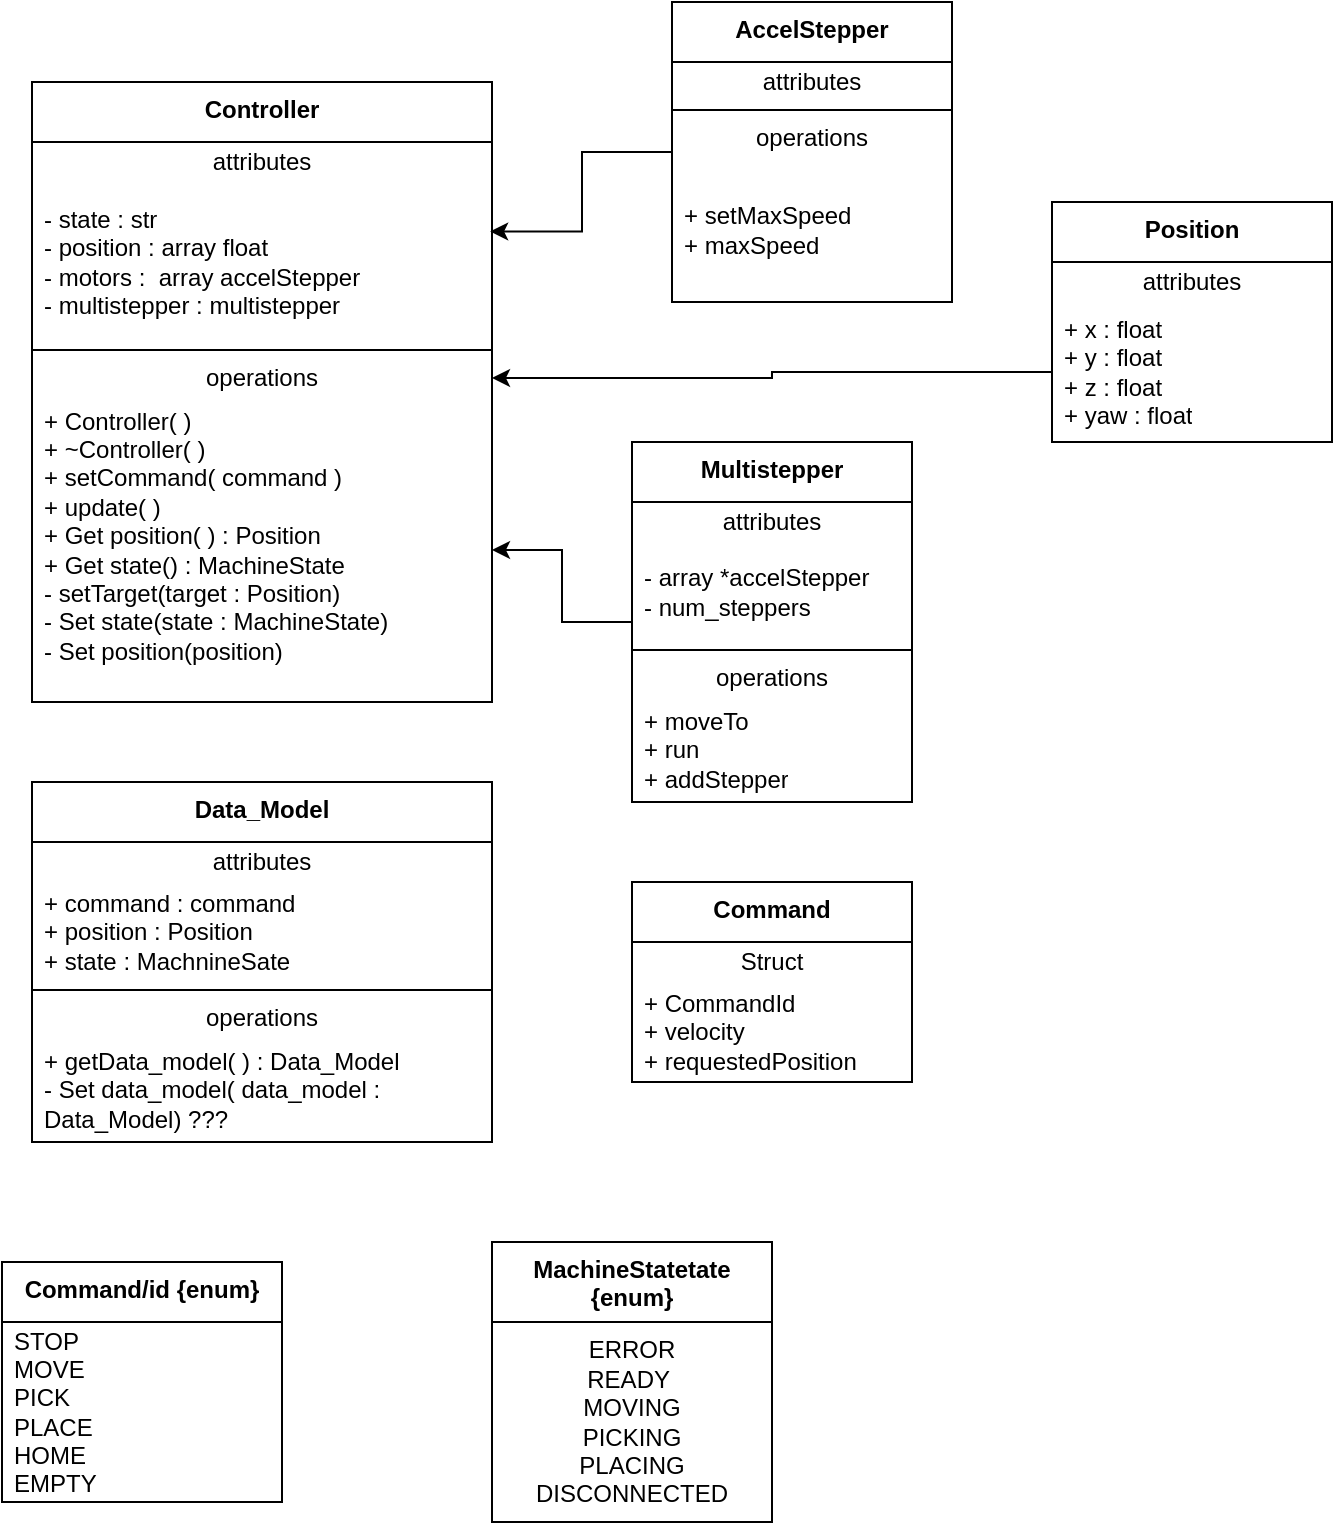
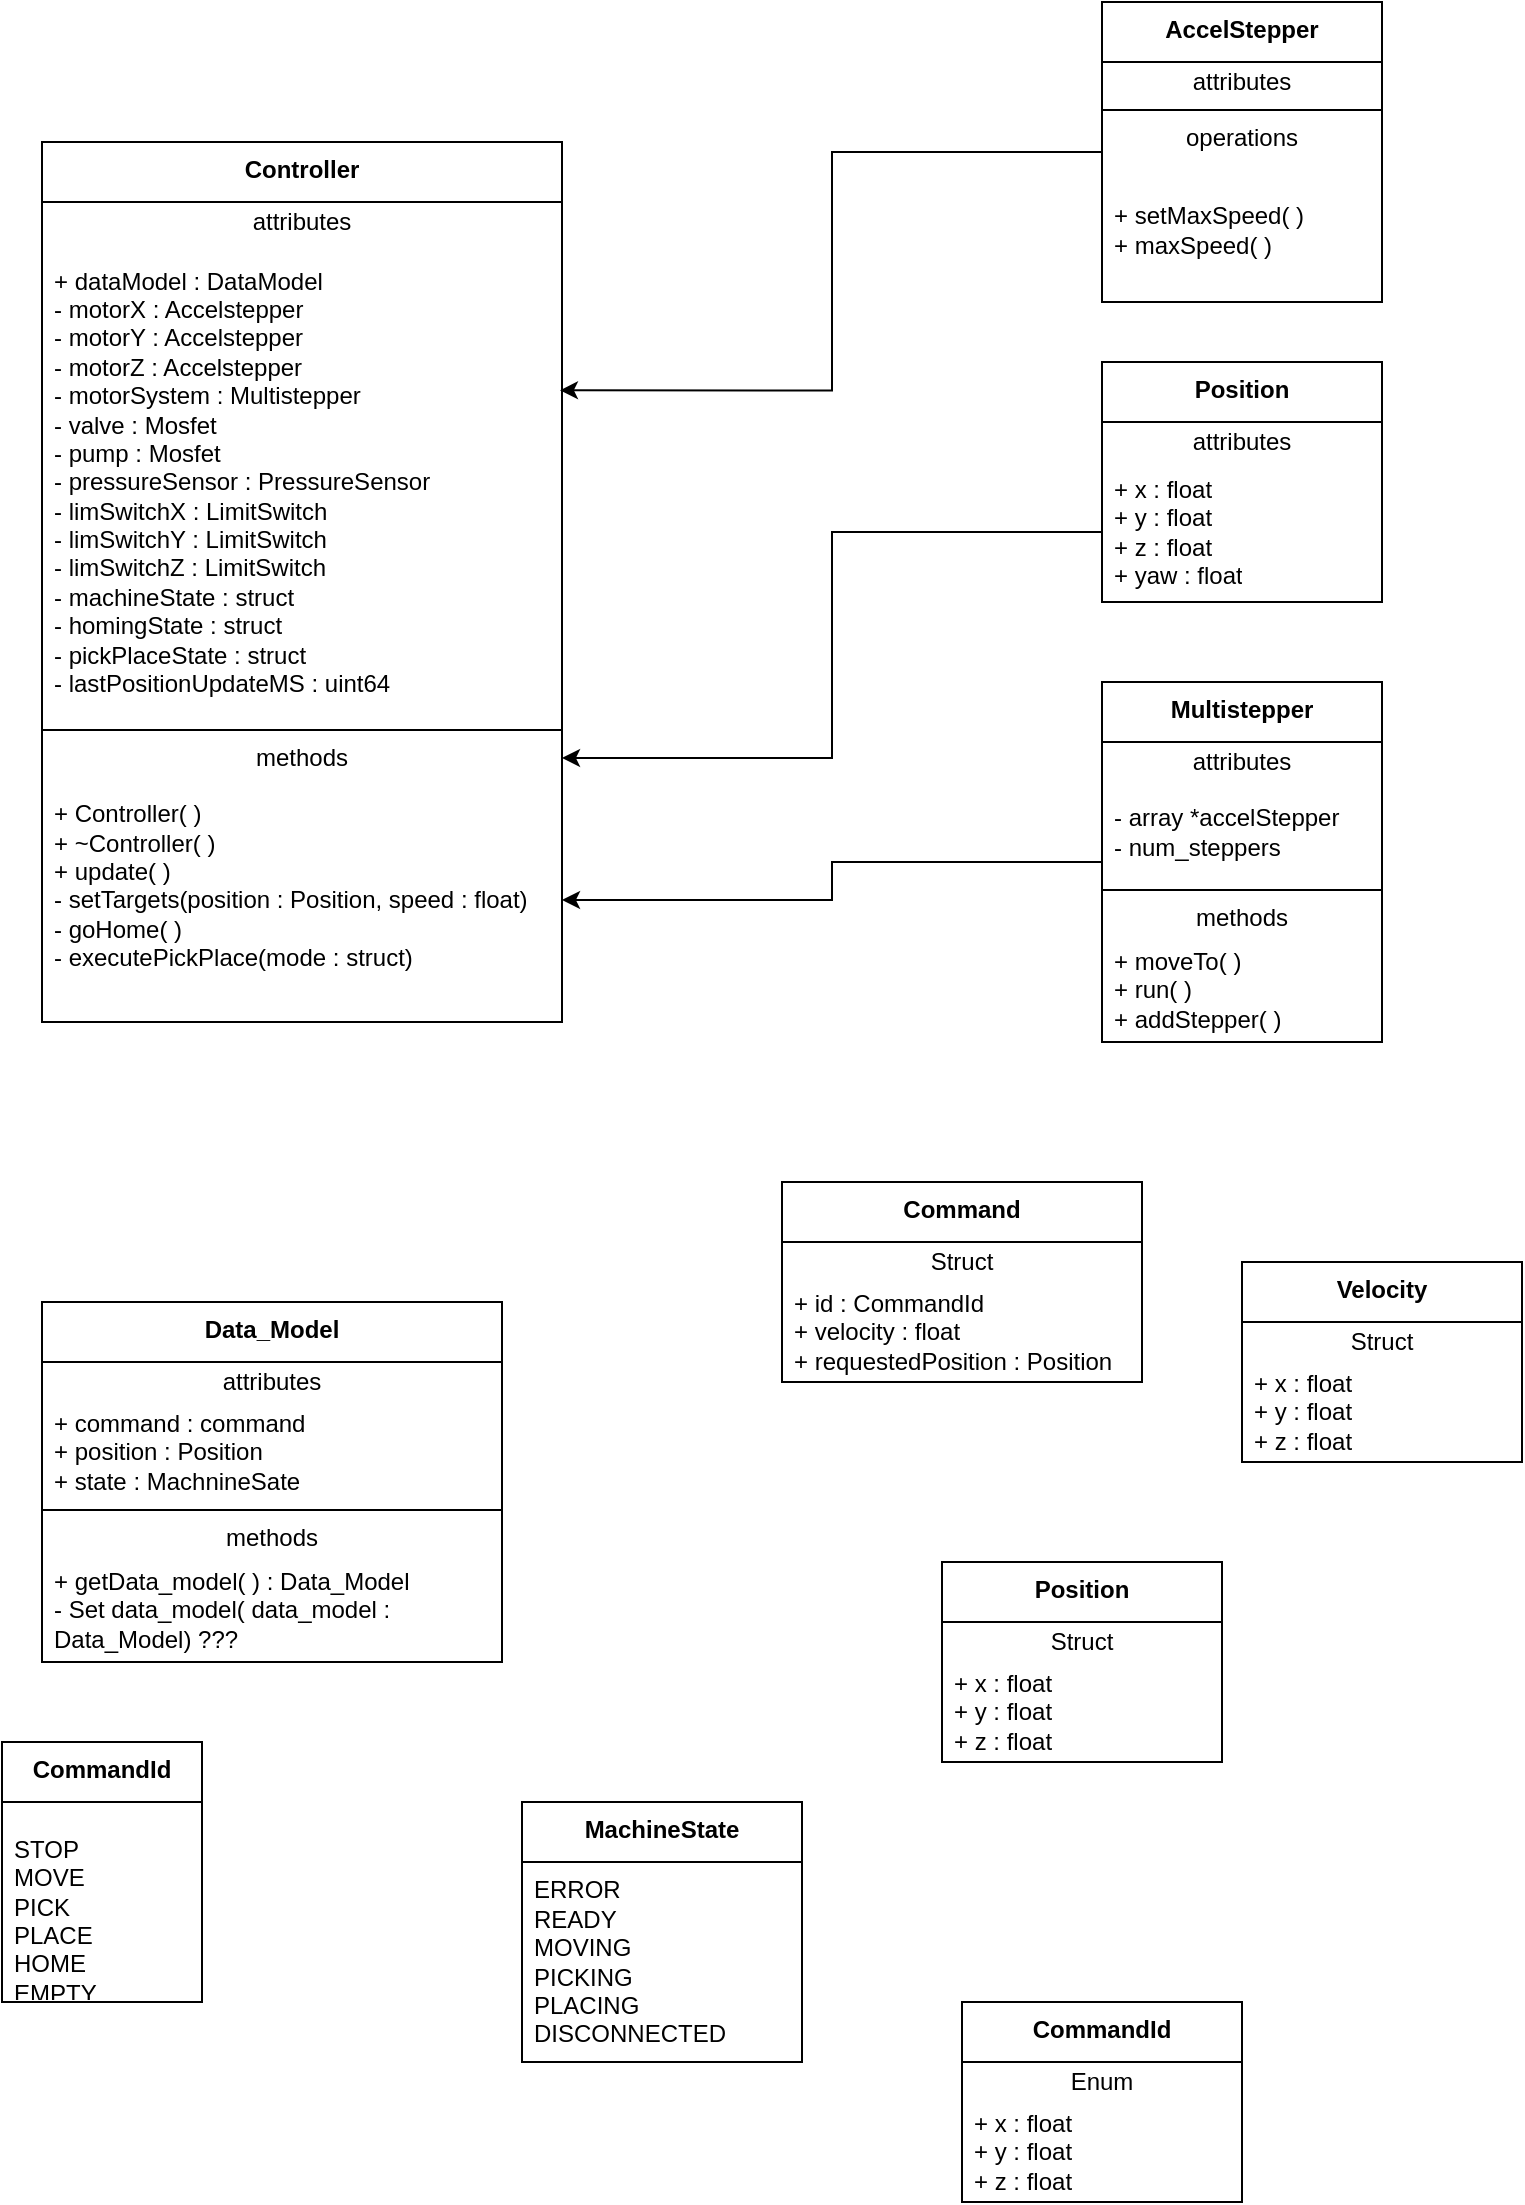
- <mxfile host="app.diagrams.net" agent="Mozilla/5.0 (Windows NT 10.0; Win64; x64) AppleWebKit/537.36 (KHTML, like Gecko) Chrome/144.0.0.0 Safari/537.36" version="29.3.6">
+ <mxfile host="app.diagrams.net" agent="Mozilla/5.0 (Windows NT 10.0; Win64; x64) AppleWebKit/537.36 (KHTML, like Gecko) Chrome/146.0.0.0 Safari/537.36" version="29.6.6">
  <diagram name="Page-1" id="gQlaRXHYKcvNNHivvVc0">
-     <mxGraphModel dx="1281" dy="561" grid="1" gridSize="10" guides="1" tooltips="1" connect="1" arrows="1" fold="1" page="1" pageScale="1" pageWidth="827" pageHeight="1169" math="0" shadow="0">
+     <mxGraphModel dx="2084" dy="2291" grid="1" gridSize="10" guides="1" tooltips="1" connect="1" arrows="1" fold="1" page="1" pageScale="1" pageWidth="827" pageHeight="1169" math="0" shadow="0">
      <root>
        <mxCell id="0" />
        <mxCell id="1" parent="0" />
        <mxCell id="CBmrAtg6k_LllZFYf5vE-42" parent="1" style="swimlane;fontStyle=0;align=center;verticalAlign=top;childLayout=stackLayout;horizontal=1;startSize=30;horizontalStack=0;resizeParent=1;resizeParentMax=0;resizeLast=0;collapsible=0;marginBottom=0;html=1;whiteSpace=wrap;" value="&lt;b&gt;Controller&lt;/b&gt;" vertex="1">
-           <mxGeometry height="310" width="230" x="60" y="40" as="geometry" />
+           <mxGeometry height="440" width="260" x="60" y="40" as="geometry" />
        </mxCell>
        <mxCell id="CBmrAtg6k_LllZFYf5vE-43" parent="CBmrAtg6k_LllZFYf5vE-42" style="text;html=1;strokeColor=none;fillColor=none;align=center;verticalAlign=middle;spacingLeft=4;spacingRight=4;overflow=hidden;rotatable=0;points=[[0,0.5],[1,0.5]];portConstraint=eastwest;whiteSpace=wrap;" value="attributes" vertex="1">
-           <mxGeometry height="20" width="230" y="30" as="geometry" />
+           <mxGeometry height="20" width="260" y="30" as="geometry" />
        </mxCell>
-         <mxCell id="CBmrAtg6k_LllZFYf5vE-44" parent="CBmrAtg6k_LllZFYf5vE-42" style="text;html=1;strokeColor=none;fillColor=none;align=left;verticalAlign=middle;spacingLeft=4;spacingRight=4;overflow=hidden;rotatable=0;points=[[0,0.5],[1,0.5]];portConstraint=eastwest;whiteSpace=wrap;" value="- state : str&lt;div&gt;- position : array float&lt;/div&gt;&lt;div&gt;- motors :&amp;nbsp;&lt;span style=&quot;background-color: transparent; color: light-dark(rgb(0, 0, 0), rgb(255, 255, 255));&quot;&gt;&amp;nbsp;&lt;/span&gt;&lt;span style=&quot;background-color: transparent; color: light-dark(rgb(0, 0, 0), rgb(255, 255, 255));&quot;&gt;array&lt;/span&gt;&lt;span style=&quot;background-color: transparent; color: light-dark(rgb(0, 0, 0), rgb(255, 255, 255));&quot;&gt;&amp;nbsp;accelStepper&lt;/span&gt;&lt;/div&gt;&lt;div&gt;- multistepper : multistepper&lt;/div&gt;" vertex="1">
-           <mxGeometry height="80" width="230" y="50" as="geometry" />
+         <mxCell id="CBmrAtg6k_LllZFYf5vE-44" parent="CBmrAtg6k_LllZFYf5vE-42" style="text;html=1;strokeColor=none;fillColor=none;align=left;verticalAlign=middle;spacingLeft=4;spacingRight=4;overflow=hidden;rotatable=0;points=[[0,0.5],[1,0.5]];portConstraint=eastwest;whiteSpace=wrap;" value="&lt;div&gt;+ dataModel : DataModel&lt;/div&gt;&lt;div&gt;- motorX : A&lt;span style=&quot;background-color: transparent; color: light-dark(rgb(0, 0, 0), rgb(255, 255, 255));&quot;&gt;ccelstepper&lt;/span&gt;&lt;/div&gt;&lt;div&gt;- motorY : A&lt;span style=&quot;color: light-dark(rgb(0, 0, 0), rgb(255, 255, 255)); background-color: transparent;&quot;&gt;ccelstepper&lt;/span&gt;&lt;span style=&quot;background-color: transparent; color: light-dark(rgb(0, 0, 0), rgb(255, 255, 255));&quot;&gt;&lt;/span&gt;&lt;/div&gt;&lt;div&gt;- motorZ : A&lt;span style=&quot;color: light-dark(rgb(0, 0, 0), rgb(255, 255, 255)); background-color: transparent;&quot;&gt;ccelstepper&lt;/span&gt;&lt;span style=&quot;color: light-dark(rgb(0, 0, 0), rgb(255, 255, 255)); background-color: transparent;&quot;&gt;&lt;/span&gt;&lt;/div&gt;&lt;div&gt;- motorSystem : Multistepper&lt;/div&gt;&lt;div&gt;- valve : Mosfet&lt;/div&gt;&lt;div&gt;- pump : Mosfet&lt;/div&gt;&lt;div&gt;- pressureSensor : PressureSensor&lt;/div&gt;&lt;div&gt;- limSwitchX : LimitSwitch&lt;/div&gt;&lt;div&gt;- limSwitchY : LimitSwitch&lt;/div&gt;&lt;div&gt;- limSwitchZ : LimitSwitch&lt;/div&gt;&lt;div&gt;- machineState : struct&lt;/div&gt;&lt;div&gt;- homingState : struct&lt;/div&gt;&lt;div&gt;- pickPlaceState : struct&lt;/div&gt;&lt;div&gt;- lastPositionUpdateMS : uint64&lt;/div&gt;" vertex="1">
+           <mxGeometry height="240" width="260" y="50" as="geometry" />
        </mxCell>
        <mxCell id="CBmrAtg6k_LllZFYf5vE-47" parent="CBmrAtg6k_LllZFYf5vE-42" style="line;strokeWidth=1;fillColor=none;align=left;verticalAlign=middle;spacingTop=-1;spacingLeft=3;spacingRight=3;rotatable=0;labelPosition=right;points=[];portConstraint=eastwest;" value="" vertex="1">
-           <mxGeometry height="8" width="230" y="130" as="geometry" />
+           <mxGeometry height="8" width="260" y="290" as="geometry" />
        </mxCell>
-         <mxCell id="CBmrAtg6k_LllZFYf5vE-48" parent="CBmrAtg6k_LllZFYf5vE-42" style="text;html=1;strokeColor=none;fillColor=none;align=center;verticalAlign=middle;spacingLeft=4;spacingRight=4;overflow=hidden;rotatable=0;points=[[0,0.5],[1,0.5]];portConstraint=eastwest;whiteSpace=wrap;" value="operations" vertex="1">
-           <mxGeometry height="20" width="230" y="138" as="geometry" />
+         <mxCell id="CBmrAtg6k_LllZFYf5vE-48" parent="CBmrAtg6k_LllZFYf5vE-42" style="text;html=1;strokeColor=none;fillColor=none;align=center;verticalAlign=middle;spacingLeft=4;spacingRight=4;overflow=hidden;rotatable=0;points=[[0,0.5],[1,0.5]];portConstraint=eastwest;whiteSpace=wrap;" value="methods" vertex="1">
+           <mxGeometry height="20" width="260" y="298" as="geometry" />
        </mxCell>
-         <mxCell id="CBmrAtg6k_LllZFYf5vE-49" parent="CBmrAtg6k_LllZFYf5vE-42" style="text;html=1;strokeColor=none;fillColor=none;align=left;verticalAlign=middle;spacingLeft=4;spacingRight=4;overflow=hidden;rotatable=0;points=[[0,0.5],[1,0.5]];portConstraint=eastwest;whiteSpace=wrap;" value="&lt;div&gt;&lt;span style=&quot;background-color: transparent; color: light-dark(rgb(0, 0, 0), rgb(255, 255, 255));&quot;&gt;+ Controller( )&lt;/span&gt;&lt;/div&gt;&lt;div&gt;&lt;span style=&quot;background-color: transparent; color: light-dark(rgb(0, 0, 0), rgb(255, 255, 255));&quot;&gt;+ ~Controller( )&lt;/span&gt;&lt;/div&gt;&lt;div&gt;&lt;span style=&quot;background-color: transparent; color: light-dark(rgb(0, 0, 0), rgb(255, 255, 255));&quot;&gt;+ setCommand( command )&lt;/span&gt;&lt;/div&gt;+ update( )&lt;div&gt;&lt;div&gt;&lt;span style=&quot;background-color: transparent; color: light-dark(rgb(0, 0, 0), rgb(255, 255, 255));&quot;&gt;+ Get position( ) : Position&lt;/span&gt;&lt;/div&gt;&lt;div&gt;+ Get state() : MachineState&lt;/div&gt;&lt;div&gt;- setTarget(target : Position)&lt;/div&gt;&lt;div&gt;- Set state(state : MachineState)&lt;/div&gt;&lt;/div&gt;&lt;div&gt;- Set position(position)&lt;/div&gt;&lt;div&gt;&amp;nbsp;&lt;/div&gt;" vertex="1">
-           <mxGeometry height="152" width="230" y="158" as="geometry" />
+         <mxCell id="CBmrAtg6k_LllZFYf5vE-49" parent="CBmrAtg6k_LllZFYf5vE-42" style="text;html=1;strokeColor=none;fillColor=none;align=left;verticalAlign=middle;spacingLeft=4;spacingRight=4;overflow=hidden;rotatable=0;points=[[0,0.5],[1,0.5]];portConstraint=eastwest;whiteSpace=wrap;" value="&lt;div&gt;&lt;span style=&quot;background-color: transparent; color: light-dark(rgb(0, 0, 0), rgb(255, 255, 255));&quot;&gt;+ Controller( )&lt;/span&gt;&lt;/div&gt;&lt;div&gt;&lt;span style=&quot;background-color: transparent; color: light-dark(rgb(0, 0, 0), rgb(255, 255, 255));&quot;&gt;+ ~Controller( )&lt;/span&gt;&lt;/div&gt;+ update( )&lt;div&gt;&lt;div&gt;- setTargets(position : Position, speed : float)&lt;/div&gt;&lt;div&gt;- goHome( )&lt;/div&gt;&lt;/div&gt;&lt;div&gt;- executePickPlace(mode : struct)&lt;/div&gt;&lt;div&gt;&amp;nbsp;&lt;/div&gt;" vertex="1">
+           <mxGeometry height="122" width="260" y="318" as="geometry" />
        </mxCell>
        <mxCell id="CBmrAtg6k_LllZFYf5vE-52" parent="1" style="swimlane;fontStyle=0;align=center;verticalAlign=top;childLayout=stackLayout;horizontal=1;startSize=30;horizontalStack=0;resizeParent=1;resizeParentMax=0;resizeLast=0;collapsible=0;marginBottom=0;html=1;whiteSpace=wrap;" value="&lt;b&gt;AccelStepper&lt;/b&gt;" vertex="1">
-           <mxGeometry height="150" width="140" x="380" as="geometry" />
+           <mxGeometry height="150" width="140" x="590" y="-30" as="geometry" />
        </mxCell>
        <mxCell id="CBmrAtg6k_LllZFYf5vE-53" parent="CBmrAtg6k_LllZFYf5vE-52" style="text;html=1;strokeColor=none;fillColor=none;align=center;verticalAlign=middle;spacingLeft=4;spacingRight=4;overflow=hidden;rotatable=0;points=[[0,0.5],[1,0.5]];portConstraint=eastwest;whiteSpace=wrap;" value="attributes" vertex="1">
          <mxGeometry height="20" width="140" y="30" as="geometry" />
        </mxCell>
        <mxCell id="CBmrAtg6k_LllZFYf5vE-57" parent="CBmrAtg6k_LllZFYf5vE-52" style="line;strokeWidth=1;fillColor=none;align=left;verticalAlign=middle;spacingTop=-1;spacingLeft=3;spacingRight=3;rotatable=0;labelPosition=right;points=[];portConstraint=eastwest;" value="" vertex="1">
          <mxGeometry height="8" width="140" y="50" as="geometry" />
        </mxCell>
        <mxCell id="CBmrAtg6k_LllZFYf5vE-58" parent="CBmrAtg6k_LllZFYf5vE-52" style="text;html=1;strokeColor=none;fillColor=none;align=center;verticalAlign=middle;spacingLeft=4;spacingRight=4;overflow=hidden;rotatable=0;points=[[0,0.5],[1,0.5]];portConstraint=eastwest;whiteSpace=wrap;" value="operations" vertex="1">
          <mxGeometry height="20" width="140" y="58" as="geometry" />
        </mxCell>
-         <mxCell id="CBmrAtg6k_LllZFYf5vE-59" parent="CBmrAtg6k_LllZFYf5vE-52" style="text;html=1;strokeColor=none;fillColor=none;align=left;verticalAlign=middle;spacingLeft=4;spacingRight=4;overflow=hidden;rotatable=0;points=[[0,0.5],[1,0.5]];portConstraint=eastwest;whiteSpace=wrap;" value="&lt;div&gt;+ setMaxSpeed&lt;/div&gt;&lt;div&gt;+ maxSpeed&lt;/div&gt;" vertex="1">
+         <mxCell id="CBmrAtg6k_LllZFYf5vE-59" parent="CBmrAtg6k_LllZFYf5vE-52" style="text;html=1;strokeColor=none;fillColor=none;align=left;verticalAlign=middle;spacingLeft=4;spacingRight=4;overflow=hidden;rotatable=0;points=[[0,0.5],[1,0.5]];portConstraint=eastwest;whiteSpace=wrap;" value="&lt;div&gt;+ setMaxSpeed( )&lt;/div&gt;&lt;div&gt;+ maxSpeed( )&lt;/div&gt;" vertex="1">
          <mxGeometry height="72" width="140" y="78" as="geometry" />
        </mxCell>
        <mxCell id="CBmrAtg6k_LllZFYf5vE-71" edge="1" parent="1" source="CBmrAtg6k_LllZFYf5vE-60" style="edgeStyle=orthogonalEdgeStyle;rounded=0;orthogonalLoop=1;jettySize=auto;html=1;entryX=1;entryY=0.5;entryDx=0;entryDy=0;" target="CBmrAtg6k_LllZFYf5vE-49">
          <mxGeometry relative="1" as="geometry" />
        </mxCell>
        <mxCell id="CBmrAtg6k_LllZFYf5vE-60" parent="1" style="swimlane;fontStyle=0;align=center;verticalAlign=top;childLayout=stackLayout;horizontal=1;startSize=30;horizontalStack=0;resizeParent=1;resizeParentMax=0;resizeLast=0;collapsible=0;marginBottom=0;html=1;whiteSpace=wrap;" value="&lt;b&gt;Multistepper&lt;/b&gt;" vertex="1">
-           <mxGeometry height="180" width="140" x="360" y="220" as="geometry" />
+           <mxGeometry height="180" width="140" x="590" y="310" as="geometry" />
        </mxCell>
        <mxCell id="CBmrAtg6k_LllZFYf5vE-61" parent="CBmrAtg6k_LllZFYf5vE-60" style="text;html=1;strokeColor=none;fillColor=none;align=center;verticalAlign=middle;spacingLeft=4;spacingRight=4;overflow=hidden;rotatable=0;points=[[0,0.5],[1,0.5]];portConstraint=eastwest;whiteSpace=wrap;" value="attributes" vertex="1">
          <mxGeometry height="20" width="140" y="30" as="geometry" />
        </mxCell>
        <mxCell id="CBmrAtg6k_LllZFYf5vE-62" parent="CBmrAtg6k_LllZFYf5vE-60" style="text;html=1;strokeColor=none;fillColor=none;align=left;verticalAlign=middle;spacingLeft=4;spacingRight=4;overflow=hidden;rotatable=0;points=[[0,0.5],[1,0.5]];portConstraint=eastwest;whiteSpace=wrap;" value="- array *accelStepper&lt;div&gt;- num_steppers&lt;/div&gt;" vertex="1">
          <mxGeometry height="50" width="140" y="50" as="geometry" />
        </mxCell>
        <mxCell id="CBmrAtg6k_LllZFYf5vE-65" parent="CBmrAtg6k_LllZFYf5vE-60" style="line;strokeWidth=1;fillColor=none;align=left;verticalAlign=middle;spacingTop=-1;spacingLeft=3;spacingRight=3;rotatable=0;labelPosition=right;points=[];portConstraint=eastwest;" value="" vertex="1">
          <mxGeometry height="8" width="140" y="100" as="geometry" />
        </mxCell>
-         <mxCell id="CBmrAtg6k_LllZFYf5vE-66" parent="CBmrAtg6k_LllZFYf5vE-60" style="text;html=1;strokeColor=none;fillColor=none;align=center;verticalAlign=middle;spacingLeft=4;spacingRight=4;overflow=hidden;rotatable=0;points=[[0,0.5],[1,0.5]];portConstraint=eastwest;whiteSpace=wrap;" value="operations" vertex="1">
+         <mxCell id="CBmrAtg6k_LllZFYf5vE-66" parent="CBmrAtg6k_LllZFYf5vE-60" style="text;html=1;strokeColor=none;fillColor=none;align=center;verticalAlign=middle;spacingLeft=4;spacingRight=4;overflow=hidden;rotatable=0;points=[[0,0.5],[1,0.5]];portConstraint=eastwest;whiteSpace=wrap;" value="methods" vertex="1">
          <mxGeometry height="20" width="140" y="108" as="geometry" />
        </mxCell>
-         <mxCell id="CBmrAtg6k_LllZFYf5vE-67" parent="CBmrAtg6k_LllZFYf5vE-60" style="text;html=1;strokeColor=none;fillColor=none;align=left;verticalAlign=middle;spacingLeft=4;spacingRight=4;overflow=hidden;rotatable=0;points=[[0,0.5],[1,0.5]];portConstraint=eastwest;whiteSpace=wrap;" value="+ moveTo&lt;div&gt;+ run&lt;/div&gt;&lt;div&gt;+ addStepper&lt;/div&gt;" vertex="1">
+         <mxCell id="CBmrAtg6k_LllZFYf5vE-67" parent="CBmrAtg6k_LllZFYf5vE-60" style="text;html=1;strokeColor=none;fillColor=none;align=left;verticalAlign=middle;spacingLeft=4;spacingRight=4;overflow=hidden;rotatable=0;points=[[0,0.5],[1,0.5]];portConstraint=eastwest;whiteSpace=wrap;" value="+ moveTo( )&lt;div&gt;+ run( )&lt;/div&gt;&lt;div&gt;+ addStepper( )&lt;/div&gt;" vertex="1">
          <mxGeometry height="52" width="140" y="128" as="geometry" />
        </mxCell>
        <mxCell id="CBmrAtg6k_LllZFYf5vE-70" edge="1" parent="1" source="CBmrAtg6k_LllZFYf5vE-52" style="edgeStyle=orthogonalEdgeStyle;rounded=0;orthogonalLoop=1;jettySize=auto;html=1;entryX=0.996;entryY=0.309;entryDx=0;entryDy=0;entryPerimeter=0;" target="CBmrAtg6k_LllZFYf5vE-44">
          <mxGeometry relative="1" as="geometry" />
        </mxCell>
        <mxCell id="CBmrAtg6k_LllZFYf5vE-80" parent="1" style="swimlane;fontStyle=0;align=center;verticalAlign=top;childLayout=stackLayout;horizontal=1;startSize=30;horizontalStack=0;resizeParent=1;resizeParentMax=0;resizeLast=0;collapsible=0;marginBottom=0;html=1;whiteSpace=wrap;" value="&lt;b&gt;Position&lt;/b&gt;" vertex="1">
-           <mxGeometry height="120" width="140" x="570" y="100" as="geometry" />
+           <mxGeometry height="120" width="140" x="590" y="150" as="geometry" />
        </mxCell>
        <mxCell id="CBmrAtg6k_LllZFYf5vE-81" parent="CBmrAtg6k_LllZFYf5vE-80" style="text;html=1;strokeColor=none;fillColor=none;align=center;verticalAlign=middle;spacingLeft=4;spacingRight=4;overflow=hidden;rotatable=0;points=[[0,0.5],[1,0.5]];portConstraint=eastwest;whiteSpace=wrap;" value="attributes" vertex="1">
          <mxGeometry height="20" width="140" y="30" as="geometry" />
        </mxCell>
        <mxCell id="CBmrAtg6k_LllZFYf5vE-82" parent="CBmrAtg6k_LllZFYf5vE-80" style="text;html=1;strokeColor=none;fillColor=none;align=left;verticalAlign=middle;spacingLeft=4;spacingRight=4;overflow=hidden;rotatable=0;points=[[0,0.5],[1,0.5]];portConstraint=eastwest;whiteSpace=wrap;" value="+ x : float&lt;div&gt;+ y : float&lt;/div&gt;&lt;div&gt;+ z : float&amp;nbsp;&lt;/div&gt;&lt;div&gt;+ yaw : float&lt;/div&gt;" vertex="1">
          <mxGeometry height="70" width="140" y="50" as="geometry" />
        </mxCell>
        <mxCell id="CBmrAtg6k_LllZFYf5vE-86" edge="1" parent="1" source="CBmrAtg6k_LllZFYf5vE-82" style="edgeStyle=orthogonalEdgeStyle;rounded=0;orthogonalLoop=1;jettySize=auto;html=1;entryX=1;entryY=0.5;entryDx=0;entryDy=0;" target="CBmrAtg6k_LllZFYf5vE-48">
          <mxGeometry relative="1" as="geometry" />
        </mxCell>
-         <mxCell id="CBmrAtg6k_LllZFYf5vE-88" parent="1" style="swimlane;fontStyle=0;align=center;verticalAlign=top;childLayout=stackLayout;horizontal=1;startSize=40;horizontalStack=0;resizeParent=1;resizeParentMax=0;resizeLast=0;collapsible=0;marginBottom=0;html=1;whiteSpace=wrap;" value="&lt;b&gt;MachineStatetate {enum}&lt;/b&gt;" vertex="1">
-           <mxGeometry height="140" width="140" x="290" y="620" as="geometry" />
+         <mxCell id="CBmrAtg6k_LllZFYf5vE-88" parent="1" style="swimlane;fontStyle=0;align=center;verticalAlign=top;childLayout=stackLayout;horizontal=1;startSize=30;horizontalStack=0;resizeParent=1;resizeParentMax=0;resizeLast=0;collapsible=0;marginBottom=0;html=1;whiteSpace=wrap;" value="&lt;b&gt;MachineState&lt;/b&gt;" vertex="1">
+           <mxGeometry height="130" width="140" x="300" y="870" as="geometry" />
        </mxCell>
-         <mxCell id="CBmrAtg6k_LllZFYf5vE-89" parent="CBmrAtg6k_LllZFYf5vE-88" style="text;html=1;strokeColor=none;fillColor=none;align=center;verticalAlign=middle;spacingLeft=4;spacingRight=4;overflow=hidden;rotatable=0;points=[[0,0.5],[1,0.5]];portConstraint=eastwest;whiteSpace=wrap;" value="ERROR&lt;div&gt;READY&amp;nbsp;&lt;/div&gt;&lt;div&gt;MOVING&lt;/div&gt;&lt;div&gt;PICKING&lt;/div&gt;&lt;div&gt;PLACING&lt;/div&gt;&lt;div&gt;DISCONNECTED&lt;/div&gt;" vertex="1">
-           <mxGeometry height="100" width="140" y="40" as="geometry" />
+         <mxCell id="CBmrAtg6k_LllZFYf5vE-89" parent="CBmrAtg6k_LllZFYf5vE-88" style="text;html=1;strokeColor=none;fillColor=none;align=left;verticalAlign=middle;spacingLeft=4;spacingRight=4;overflow=hidden;rotatable=0;points=[[0,0.5],[1,0.5]];portConstraint=eastwest;whiteSpace=wrap;" value="ERROR&lt;div&gt;READY&amp;nbsp;&lt;/div&gt;&lt;div&gt;MOVING&lt;/div&gt;&lt;div&gt;PICKING&lt;/div&gt;&lt;div&gt;PLACING&lt;/div&gt;&lt;div&gt;DISCONNECTED&lt;/div&gt;" vertex="1">
+           <mxGeometry height="100" width="140" y="30" as="geometry" />
        </mxCell>
-         <mxCell id="CBmrAtg6k_LllZFYf5vE-94" parent="1" style="swimlane;fontStyle=0;align=center;verticalAlign=top;childLayout=stackLayout;horizontal=1;startSize=30;horizontalStack=0;resizeParent=1;resizeParentMax=0;resizeLast=0;collapsible=0;marginBottom=0;html=1;whiteSpace=wrap;" value="&lt;b&gt;Command/id {enum}&lt;/b&gt;" vertex="1">
-           <mxGeometry height="120" width="140" x="45" y="630" as="geometry" />
+         <mxCell id="CBmrAtg6k_LllZFYf5vE-94" parent="1" style="swimlane;fontStyle=0;align=center;verticalAlign=top;childLayout=stackLayout;horizontal=1;startSize=30;horizontalStack=0;resizeParent=1;resizeParentMax=0;resizeLast=0;collapsible=0;marginBottom=0;html=1;whiteSpace=wrap;" value="&lt;b&gt;CommandId&lt;/b&gt;" vertex="1">
+           <mxGeometry height="130" width="100" x="40" y="840" as="geometry" />
        </mxCell>
-         <mxCell id="CBmrAtg6k_LllZFYf5vE-96" parent="CBmrAtg6k_LllZFYf5vE-94" style="text;html=1;strokeColor=none;fillColor=none;align=left;verticalAlign=middle;spacingLeft=4;spacingRight=4;overflow=hidden;rotatable=0;points=[[0,0.5],[1,0.5]];portConstraint=eastwest;whiteSpace=wrap;" value="STOP&amp;nbsp;&lt;div&gt;MOVE&amp;nbsp;&lt;/div&gt;&lt;div&gt;PICK&amp;nbsp;&lt;/div&gt;&lt;div&gt;PLACE&amp;nbsp;&lt;/div&gt;&lt;div&gt;HOME&amp;nbsp;&lt;/div&gt;&lt;div&gt;EMPTY&lt;/div&gt;" vertex="1">
-           <mxGeometry height="90" width="140" y="30" as="geometry" />
+         <mxCell id="CBmrAtg6k_LllZFYf5vE-96" parent="CBmrAtg6k_LllZFYf5vE-94" style="text;html=1;strokeColor=none;fillColor=none;align=left;verticalAlign=middle;spacingLeft=4;spacingRight=4;overflow=hidden;rotatable=0;points=[[0,0.5],[1,0.5]];portConstraint=eastwest;whiteSpace=wrap;" value="&lt;div&gt;&lt;span style=&quot;color: rgba(0, 0, 0, 0); font-family: monospace; font-size: 0px; text-wrap-mode: nowrap;&quot;&gt;%3CmxGraphModel%3E%3Croot%3E%3CmxCell%20id%3D%220%22%2F%3E%3CmxCell%20id%3D%221%22%20parent%3D%220%22%2F%3E%3CmxCell%20id%3D%222%22%20parent%3D%221%22%20style%3D%22text%3Bhtml%3D1%3BstrokeColor%3Dnone%3BfillColor%3Dnone%3Balign%3Dcenter%3BverticalAlign%3Dmiddle%3BspacingLeft%3D4%3BspacingRight%3D4%3Boverflow%3Dhidden%3Brotatable%3D0%3Bpoints%3D%5B%5B0%2C0.5%5D%2C%5B1%2C0.5%5D%5D%3BportConstraint%3Deastwest%3BwhiteSpace%3Dwrap%3B%22%20value%3D%22Struct%22%20vertex%3D%221%22%3E%3CmxGeometry%20height%3D%2220%22%20width%3D%22140%22%20x%3D%22510%22%20y%3D%22780%22%20as%3D%22geometry%22%2F%3E%3C%2FmxCell%3E%3C%2Froot%3E%3C%2FmxGraphModel%3E&lt;/span&gt;&lt;span style=&quot;color: rgba(0, 0, 0, 0); font-family: monospace; font-size: 0px; text-wrap-mode: nowrap; background-color: transparent;&quot;&gt;%3CmxGraphModel%3E%3Croot%3E%3CmxCell%20id%3D%220%22%2F%3E%3CmxCell%20id%3D%221%22%20parent%3D%220%22%2F%3E%3CmxCell%20id%3D%222%22%20parent%3D%221%22%20style%3D%22text%3Bhtml%3D1%3BstrokeColor%3Dnone%3BfillColor%3Dnone%3Balign%3Dcenter%3BverticalAlign%3Dmiddle%3BspacingLeft%3D4%3BspacingRight%3D4%3Boverflow%3Dhidden%3Brotatable%3D0%3Bpoints%3D%5B%5B0%2C0.5%5D%2C%5B1%2C0.5%5D%5D%3BportConstraint%3Deastwest%3BwhiteSpace%3Dwrap%3B%22%20value%3D%22Struct%22%20vertex%3D%221%22%3E%3CmxGeometry%20height%3D%2220%22%20width%3D%22140%22%20x%3D%22510%22%20y%3D%22780%22%20as%3D%22geometry%22%2F%3E%3C%2FmxCell%3E%3C%2Froot%3E%3C%2FmxGraphModel%3E&lt;/span&gt;&lt;/div&gt;STOP&amp;nbsp;&lt;div&gt;MOVE&amp;nbsp;&lt;/div&gt;&lt;div&gt;PICK&amp;nbsp;&lt;/div&gt;&lt;div&gt;PLACE&amp;nbsp;&lt;/div&gt;&lt;div&gt;HOME&amp;nbsp;&lt;/div&gt;&lt;div&gt;EMPTY&lt;/div&gt;" vertex="1">
+           <mxGeometry height="100" width="100" y="30" as="geometry" />
        </mxCell>
        <mxCell id="CBmrAtg6k_LllZFYf5vE-99" parent="1" style="swimlane;fontStyle=0;align=center;verticalAlign=top;childLayout=stackLayout;horizontal=1;startSize=30;horizontalStack=0;resizeParent=1;resizeParentMax=0;resizeLast=0;collapsible=0;marginBottom=0;html=1;whiteSpace=wrap;" value="&lt;b&gt;Command&lt;/b&gt;" vertex="1">
-           <mxGeometry height="100" width="140" x="360" y="440" as="geometry" />
+           <mxGeometry height="100" width="180" x="430" y="560" as="geometry" />
        </mxCell>
        <mxCell id="CBmrAtg6k_LllZFYf5vE-100" parent="CBmrAtg6k_LllZFYf5vE-99" style="text;html=1;strokeColor=none;fillColor=none;align=center;verticalAlign=middle;spacingLeft=4;spacingRight=4;overflow=hidden;rotatable=0;points=[[0,0.5],[1,0.5]];portConstraint=eastwest;whiteSpace=wrap;" value="Struct" vertex="1">
-           <mxGeometry height="20" width="140" y="30" as="geometry" />
+           <mxGeometry height="20" width="180" y="30" as="geometry" />
        </mxCell>
-         <mxCell id="CBmrAtg6k_LllZFYf5vE-101" parent="CBmrAtg6k_LllZFYf5vE-99" style="text;html=1;strokeColor=none;fillColor=none;align=left;verticalAlign=middle;spacingLeft=4;spacingRight=4;overflow=hidden;rotatable=0;points=[[0,0.5],[1,0.5]];portConstraint=eastwest;whiteSpace=wrap;" value="+ CommandId&lt;div&gt;+ velocity&lt;/div&gt;&lt;div&gt;+ requestedPosition&lt;/div&gt;" vertex="1">
-           <mxGeometry height="50" width="140" y="50" as="geometry" />
+         <mxCell id="CBmrAtg6k_LllZFYf5vE-101" parent="CBmrAtg6k_LllZFYf5vE-99" style="text;html=1;strokeColor=none;fillColor=none;align=left;verticalAlign=middle;spacingLeft=4;spacingRight=4;overflow=hidden;rotatable=0;points=[[0,0.5],[1,0.5]];portConstraint=eastwest;whiteSpace=wrap;" value="+ id : CommandId&lt;div&gt;+ velocity : float&lt;/div&gt;&lt;div&gt;+ requestedPosition : Position&lt;/div&gt;" vertex="1">
+           <mxGeometry height="50" width="180" y="50" as="geometry" />
        </mxCell>
        <mxCell id="CBmrAtg6k_LllZFYf5vE-102" parent="1" style="swimlane;fontStyle=0;align=center;verticalAlign=top;childLayout=stackLayout;horizontal=1;startSize=30;horizontalStack=0;resizeParent=1;resizeParentMax=0;resizeLast=0;collapsible=0;marginBottom=0;html=1;whiteSpace=wrap;" value="&lt;b&gt;Data_Model&lt;/b&gt;" vertex="1">
-           <mxGeometry height="180" width="230" x="60" y="390" as="geometry" />
+           <mxGeometry height="180" width="230" x="60" y="620" as="geometry" />
        </mxCell>
        <mxCell id="CBmrAtg6k_LllZFYf5vE-103" parent="CBmrAtg6k_LllZFYf5vE-102" style="text;html=1;strokeColor=none;fillColor=none;align=center;verticalAlign=middle;spacingLeft=4;spacingRight=4;overflow=hidden;rotatable=0;points=[[0,0.5],[1,0.5]];portConstraint=eastwest;whiteSpace=wrap;" value="attributes" vertex="1">
          <mxGeometry height="20" width="230" y="30" as="geometry" />
        </mxCell>
        <mxCell id="CBmrAtg6k_LllZFYf5vE-104" parent="CBmrAtg6k_LllZFYf5vE-102" style="text;html=1;strokeColor=none;fillColor=none;align=left;verticalAlign=middle;spacingLeft=4;spacingRight=4;overflow=hidden;rotatable=0;points=[[0,0.5],[1,0.5]];portConstraint=eastwest;whiteSpace=wrap;" value="+ command : command&lt;div&gt;+ position : Position&lt;/div&gt;&lt;div&gt;+ state : MachnineSate&lt;/div&gt;" vertex="1">
          <mxGeometry height="50" width="230" y="50" as="geometry" />
        </mxCell>
        <mxCell id="CBmrAtg6k_LllZFYf5vE-105" parent="CBmrAtg6k_LllZFYf5vE-102" style="line;strokeWidth=1;fillColor=none;align=left;verticalAlign=middle;spacingTop=-1;spacingLeft=3;spacingRight=3;rotatable=0;labelPosition=right;points=[];portConstraint=eastwest;" value="" vertex="1">
          <mxGeometry height="8" width="230" y="100" as="geometry" />
        </mxCell>
-         <mxCell id="CBmrAtg6k_LllZFYf5vE-106" parent="CBmrAtg6k_LllZFYf5vE-102" style="text;html=1;strokeColor=none;fillColor=none;align=center;verticalAlign=middle;spacingLeft=4;spacingRight=4;overflow=hidden;rotatable=0;points=[[0,0.5],[1,0.5]];portConstraint=eastwest;whiteSpace=wrap;" value="operations" vertex="1">
+         <mxCell id="CBmrAtg6k_LllZFYf5vE-106" parent="CBmrAtg6k_LllZFYf5vE-102" style="text;html=1;strokeColor=none;fillColor=none;align=center;verticalAlign=middle;spacingLeft=4;spacingRight=4;overflow=hidden;rotatable=0;points=[[0,0.5],[1,0.5]];portConstraint=eastwest;whiteSpace=wrap;" value="methods" vertex="1">
          <mxGeometry height="20" width="230" y="108" as="geometry" />
        </mxCell>
        <mxCell id="CBmrAtg6k_LllZFYf5vE-107" parent="CBmrAtg6k_LllZFYf5vE-102" style="text;html=1;strokeColor=none;fillColor=none;align=left;verticalAlign=middle;spacingLeft=4;spacingRight=4;overflow=hidden;rotatable=0;points=[[0,0.5],[1,0.5]];portConstraint=eastwest;whiteSpace=wrap;" value="&lt;div&gt;&lt;span style=&quot;background-color: transparent; color: light-dark(rgb(0, 0, 0), rgb(255, 255, 255));&quot;&gt;+ getData_model( ) : Data_Model&lt;/span&gt;&lt;/div&gt;&lt;div&gt;- Set data_model( data_model : Data_Model) ???&lt;/div&gt;" vertex="1">
          <mxGeometry height="52" width="230" y="128" as="geometry" />
        </mxCell>
+         <mxCell id="guv9d7K_oGT02imT_S5u-3" parent="1" style="swimlane;fontStyle=0;align=center;verticalAlign=top;childLayout=stackLayout;horizontal=1;startSize=30;horizontalStack=0;resizeParent=1;resizeParentMax=0;resizeLast=0;collapsible=0;marginBottom=0;html=1;whiteSpace=wrap;" value="&lt;b&gt;Velocity&lt;/b&gt;" vertex="1">
+           <mxGeometry height="100" width="140" x="660" y="600" as="geometry" />
+         </mxCell>
+         <mxCell id="guv9d7K_oGT02imT_S5u-4" parent="guv9d7K_oGT02imT_S5u-3" style="text;html=1;strokeColor=none;fillColor=none;align=center;verticalAlign=middle;spacingLeft=4;spacingRight=4;overflow=hidden;rotatable=0;points=[[0,0.5],[1,0.5]];portConstraint=eastwest;whiteSpace=wrap;" value="Struct" vertex="1">
+           <mxGeometry height="20" width="140" y="30" as="geometry" />
+         </mxCell>
+         <mxCell id="guv9d7K_oGT02imT_S5u-5" parent="guv9d7K_oGT02imT_S5u-3" style="text;html=1;strokeColor=none;fillColor=none;align=left;verticalAlign=middle;spacingLeft=4;spacingRight=4;overflow=hidden;rotatable=0;points=[[0,0.5],[1,0.5]];portConstraint=eastwest;whiteSpace=wrap;" value="+ x : float&lt;div&gt;+ y : float&lt;/div&gt;&lt;div&gt;+ z : float&lt;/div&gt;" vertex="1">
+           <mxGeometry height="50" width="140" y="50" as="geometry" />
+         </mxCell>
+         <mxCell id="guv9d7K_oGT02imT_S5u-6" parent="1" style="swimlane;fontStyle=0;align=center;verticalAlign=top;childLayout=stackLayout;horizontal=1;startSize=30;horizontalStack=0;resizeParent=1;resizeParentMax=0;resizeLast=0;collapsible=0;marginBottom=0;html=1;whiteSpace=wrap;" value="&lt;b&gt;Position&lt;/b&gt;" vertex="1">
+           <mxGeometry height="100" width="140" x="510" y="750" as="geometry" />
+         </mxCell>
+         <mxCell id="guv9d7K_oGT02imT_S5u-7" parent="guv9d7K_oGT02imT_S5u-6" style="text;html=1;strokeColor=none;fillColor=none;align=center;verticalAlign=middle;spacingLeft=4;spacingRight=4;overflow=hidden;rotatable=0;points=[[0,0.5],[1,0.5]];portConstraint=eastwest;whiteSpace=wrap;" value="Struct" vertex="1">
+           <mxGeometry height="20" width="140" y="30" as="geometry" />
+         </mxCell>
+         <mxCell id="guv9d7K_oGT02imT_S5u-8" parent="guv9d7K_oGT02imT_S5u-6" style="text;html=1;strokeColor=none;fillColor=none;align=left;verticalAlign=middle;spacingLeft=4;spacingRight=4;overflow=hidden;rotatable=0;points=[[0,0.5],[1,0.5]];portConstraint=eastwest;whiteSpace=wrap;" value="+ x : float&lt;div&gt;+ y : float&lt;/div&gt;&lt;div&gt;+ z : float&lt;/div&gt;" vertex="1">
+           <mxGeometry height="50" width="140" y="50" as="geometry" />
+         </mxCell>
+         <mxCell id="guv9d7K_oGT02imT_S5u-11" parent="1" style="swimlane;fontStyle=0;align=center;verticalAlign=top;childLayout=stackLayout;horizontal=1;startSize=30;horizontalStack=0;resizeParent=1;resizeParentMax=0;resizeLast=0;collapsible=0;marginBottom=0;html=1;whiteSpace=wrap;" value="&lt;b&gt;CommandId&lt;/b&gt;" vertex="1">
+           <mxGeometry height="100" width="140" x="520" y="970" as="geometry" />
+         </mxCell>
+         <mxCell id="guv9d7K_oGT02imT_S5u-12" parent="guv9d7K_oGT02imT_S5u-11" style="text;html=1;strokeColor=none;fillColor=none;align=center;verticalAlign=middle;spacingLeft=4;spacingRight=4;overflow=hidden;rotatable=0;points=[[0,0.5],[1,0.5]];portConstraint=eastwest;whiteSpace=wrap;" value="Enum" vertex="1">
+           <mxGeometry height="20" width="140" y="30" as="geometry" />
+         </mxCell>
+         <mxCell id="guv9d7K_oGT02imT_S5u-13" parent="guv9d7K_oGT02imT_S5u-11" style="text;html=1;strokeColor=none;fillColor=none;align=left;verticalAlign=middle;spacingLeft=4;spacingRight=4;overflow=hidden;rotatable=0;points=[[0,0.5],[1,0.5]];portConstraint=eastwest;whiteSpace=wrap;" value="+ x : float&lt;div&gt;+ y : float&lt;/div&gt;&lt;div&gt;+ z : float&lt;/div&gt;" vertex="1">
+           <mxGeometry height="50" width="140" y="50" as="geometry" />
+         </mxCell>
      </root>
    </mxGraphModel>
  </diagram>
</mxfile>
